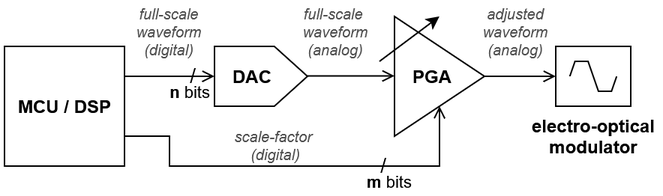
slawomir-niespodziany/sdk_modulator keeps this draw.io diagram as img/dedicated_gain_stage.drawio.png. Above is the earlier version. Source tidied: cells renumbered, new cells last; positions are measured from the earlier drawing's top-left corner, leaving out a move shared by most shapes.
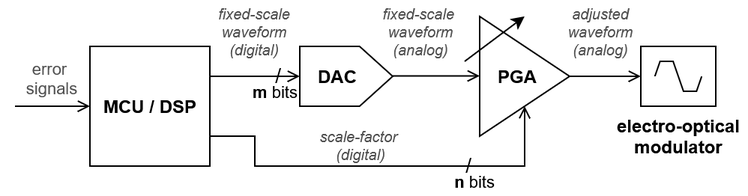
The same diagram one commit later.

Change to the diagram source:
```diff
@@ -14,7 +14,7 @@
         <mxPoint x="260" y="39.8" as="targetPoint" />
       </mxGeometry>
     </mxCell>
-    <mxCell id="5" value="full-scale&amp;nbsp;&lt;br&gt;&lt;div&gt;waveform&lt;/div&gt;&lt;div&gt;(analog)&lt;/div&gt;" style="edgeLabel;html=1;align=center;verticalAlign=middle;fontStyle=2;fontSize=10;fontColor=#525252;" parent="4" vertex="1">
+    <mxCell id="5" value="fixed-scale&amp;nbsp;&lt;br&gt;&lt;div&gt;waveform&lt;/div&gt;&lt;div&gt;(analog)&lt;/div&gt;" style="edgeLabel;html=1;align=center;verticalAlign=middle;fontStyle=2;fontSize=10;fontColor=#525252;" parent="4" vertex="1">
       <mxGeometry x="-0.09" relative="1" as="geometry">
         <mxPoint x="-9" y="-30" as="offset" />
       </mxGeometry>
@@ -42,12 +42,12 @@
     <mxCell id="11" style="edgeStyle=orthogonalEdgeStyle;rounded=0;jettySize=auto;html=1;exitX=1;exitY=0.25;exitDx=0;exitDy=0;entryX=0;entryY=0.5;entryDx=0;entryDy=0;endArrow=open;endFill=0;entryPerimeter=0;" parent="1" edge="1" source="19" target="2">
       <mxGeometry relative="1" as="geometry" />
     </mxCell>
-    <mxCell id="12" value="&lt;div&gt;full-scale&lt;/div&gt;&lt;div&gt;waveform&lt;br&gt;(digital)&lt;/div&gt;" style="edgeLabel;html=1;align=center;verticalAlign=middle;fontStyle=2;fontSize=10;fontColor=#525252;" parent="11" vertex="1">
+    <mxCell id="12" value="&lt;div&gt;fixed-scale&lt;/div&gt;&lt;div&gt;waveform&lt;br&gt;(digital)&lt;/div&gt;" style="edgeLabel;html=1;align=center;verticalAlign=middle;fontStyle=2;fontSize=10;fontColor=#525252;" parent="11" vertex="1">
       <mxGeometry x="-0.04" y="2" relative="1" as="geometry">
         <mxPoint y="-28" as="offset" />
       </mxGeometry>
     </mxCell>
-    <mxCell id="13" value="n &lt;span style=&quot;font-weight: normal;&quot;&gt;bits&lt;/span&gt;" style="edgeLabel;html=1;align=center;verticalAlign=middle;fontStyle=1;" parent="11" vertex="1">
+    <mxCell id="13" value="m&amp;nbsp;&lt;span style=&quot;font-weight: normal;&quot;&gt;bits&lt;/span&gt;" style="edgeLabel;html=1;align=center;verticalAlign=middle;fontStyle=1;" parent="11" vertex="1">
       <mxGeometry x="0.69" relative="1" as="geometry">
         <mxPoint x="-8" y="10" as="offset" />
       </mxGeometry>
@@ -71,7 +71,7 @@
         <mxPoint x="1" y="-15" as="offset" />
       </mxGeometry>
     </mxCell>
-    <mxCell id="17" value="m &lt;span style=&quot;font-weight: normal;&quot;&gt;bits&lt;/span&gt;" style="edgeLabel;html=1;align=center;verticalAlign=middle;fontStyle=1;" parent="15" vertex="1">
+    <mxCell id="17" value="n&amp;nbsp;&lt;span style=&quot;font-weight: normal;&quot;&gt;bits&lt;/span&gt;" style="edgeLabel;html=1;align=center;verticalAlign=middle;fontStyle=1;" parent="15" vertex="1">
       <mxGeometry x="0.42" relative="1" as="geometry">
         <mxPoint x="5" y="10" as="offset" />
       </mxGeometry>
@@ -81,6 +81,16 @@
         <mxPoint x="-15" as="offset" />
       </mxGeometry>
     </mxCell>
+    <mxCell id="23" style="edgeStyle=orthogonalEdgeStyle;rounded=0;jettySize=auto;html=1;exitX=0;exitY=0.5;exitDx=0;exitDy=0;endArrow=none;endFill=0;startArrow=open;startFill=0;" parent="1" edge="1" source="19">
+      <mxGeometry relative="1" as="geometry">
+        <mxPoint x="-50" y="60" as="targetPoint" />
+      </mxGeometry>
+    </mxCell>
+    <mxCell id="24" value="&lt;div&gt;error&amp;nbsp;&lt;/div&gt;&lt;div&gt;signals&lt;/div&gt;" style="edgeLabel;html=1;align=center;verticalAlign=middle;fontColor=#525252;" parent="23" vertex="1">
+      <mxGeometry x="0.19" relative="1" as="geometry">
+        <mxPoint x="3" y="-19" as="offset" />
+      </mxGeometry>
+    </mxCell>
     <mxCell id="19" value="MCU / DSP" style="rounded=0;whiteSpace=wrap;html=1;fontStyle=1;" parent="1" vertex="1">
       <mxGeometry y="20" width="80" height="80" as="geometry" />
     </mxCell>
```
